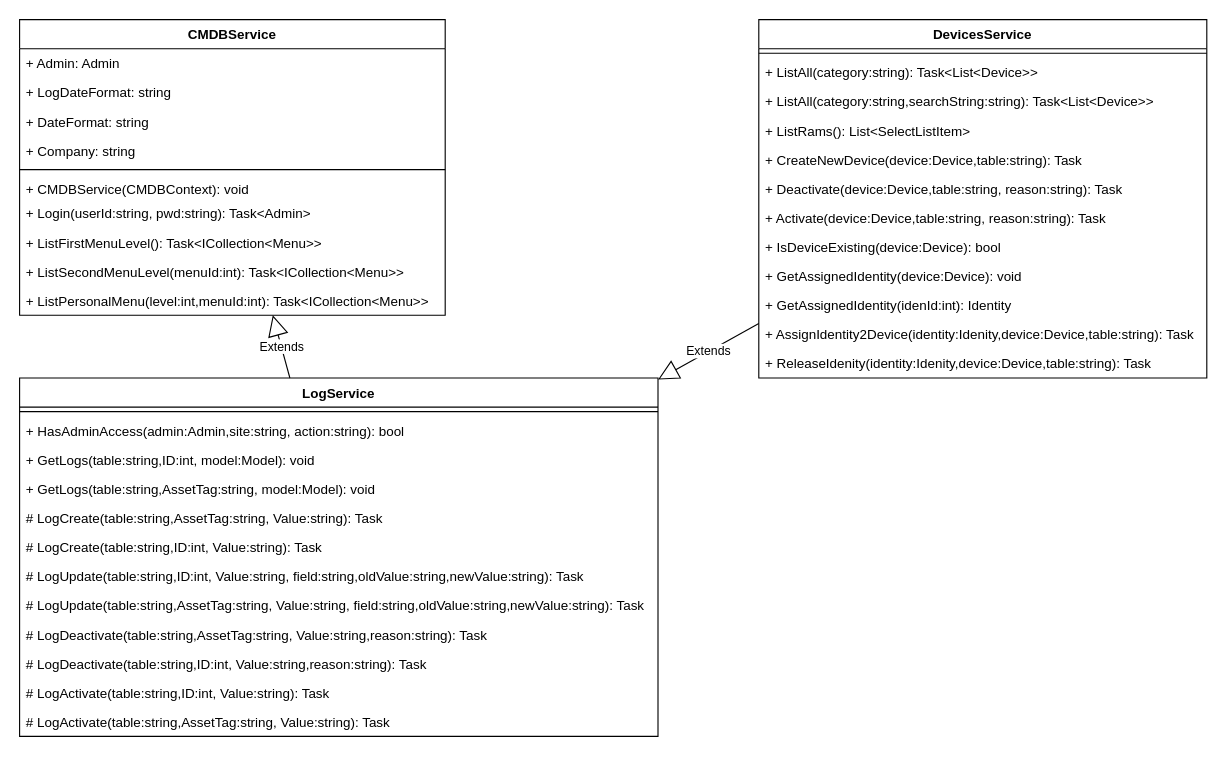
Above: page "Services" (4 of 5) of CMDB/CMDB/Documentation/CMDB-Class.drawio in HansColman45/PyCMDB (draw.io), before the change. Source tidied: cells renumbered, new cells numbered last; positions are measured from the earlier drawing's top-left corner, leaving out a move shared by most shapes. Both pictures are drawn from the tidied source at 112%, with x=0, y=0 at pixel (19, 19).
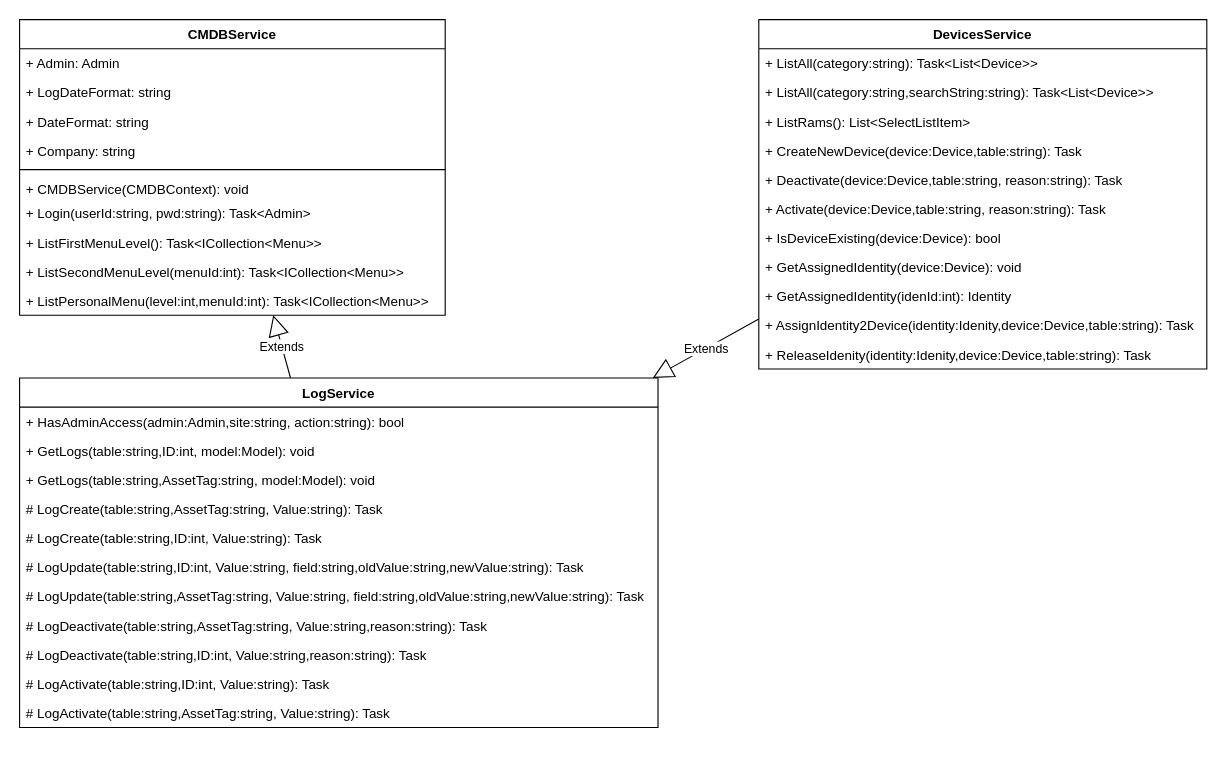
Above is the later version.

Diff of the diagram source:
```diff
@@
     <mxCell id="2" value="LogService" style="swimlane;fontStyle=1;align=center;verticalAlign=top;horizontal=1;startSize=26;" parent="1" vertex="1">
-      <mxGeometry y="320" width="570" height="320" as="geometry" />
+      <mxGeometry y="320" width="570" height="312" as="geometry" />
     </mxCell>
-    <mxCell id="3" style="line;strokeWidth=1;fillColor=none;align=left;verticalAlign=middle;spacingTop=-1;spacingLeft=3;spacingRight=3;labelPosition=right;" parent="2" vertex="1">
-      <mxGeometry y="26" width="570" height="8" as="geometry" />
-    </mxCell>
     <mxCell id="4" value="+ HasAdminAccess(admin:Admin,site:string, action:string): bool" style="text;strokeColor=none;fillColor=none;align=left;verticalAlign=top;spacingLeft=4;spacingRight=4;overflow=hidden;" parent="2" vertex="1">
-      <mxGeometry y="34" width="570" height="26" as="geometry" />
+      <mxGeometry y="26" width="570" height="26" as="geometry" />
     </mxCell>
     <mxCell id="5" value="+ GetLogs(table:string,ID:int, model:Model): void" style="text;strokeColor=none;fillColor=none;align=left;verticalAlign=top;spacingLeft=4;spacingRight=4;overflow=hidden;" parent="2" vertex="1">
-      <mxGeometry y="60" width="570" height="26" as="geometry" />
+      <mxGeometry y="52" width="570" height="26" as="geometry" />
     </mxCell>
     <mxCell id="6" value="+ GetLogs(table:string,AssetTag:string, model:Model): void" style="text;strokeColor=none;fillColor=none;align=left;verticalAlign=top;spacingLeft=4;spacingRight=4;overflow=hidden;" parent="2" vertex="1">
-      <mxGeometry y="86" width="570" height="26" as="geometry" />
+      <mxGeometry y="78" width="570" height="26" as="geometry" />
     </mxCell>
     <mxCell id="7" value="# LogCreate(table:string,AssetTag:string, Value:string): Task" style="text;strokeColor=none;fillColor=none;align=left;verticalAlign=top;spacingLeft=4;spacingRight=4;overflow=hidden;" parent="2" vertex="1">
-      <mxGeometry y="112" width="570" height="26" as="geometry" />
+      <mxGeometry y="104" width="570" height="26" as="geometry" />
     </mxCell>
     <mxCell id="8" value="# LogCreate(table:string,ID:int, Value:string): Task" style="text;strokeColor=none;fillColor=none;align=left;verticalAlign=top;spacingLeft=4;spacingRight=4;overflow=hidden;" parent="2" vertex="1">
-      <mxGeometry y="138" width="570" height="26" as="geometry" />
+      <mxGeometry y="130" width="570" height="26" as="geometry" />
     </mxCell>
     <mxCell id="9" value="# LogUpdate(table:string,ID:int, Value:string, field:string,oldValue:string,newValue:string): Task" style="text;strokeColor=none;fillColor=none;align=left;verticalAlign=top;spacingLeft=4;spacingRight=4;overflow=hidden;" parent="2" vertex="1">
-      <mxGeometry y="164" width="570" height="26" as="geometry" />
+      <mxGeometry y="156" width="570" height="26" as="geometry" />
     </mxCell>
     <mxCell id="10" value="# LogUpdate(table:string,AssetTag:string, Value:string, field:string,oldValue:string,newValue:string): Task" style="text;strokeColor=none;fillColor=none;align=left;verticalAlign=top;spacingLeft=4;spacingRight=4;overflow=hidden;" parent="2" vertex="1">
-      <mxGeometry y="190" width="570" height="26" as="geometry" />
+      <mxGeometry y="182" width="570" height="26" as="geometry" />
     </mxCell>
     <mxCell id="11" value="# LogDeactivate(table:string,AssetTag:string, Value:string,reason:string): Task" style="text;strokeColor=none;fillColor=none;align=left;verticalAlign=top;spacingLeft=4;spacingRight=4;overflow=hidden;" parent="2" vertex="1">
-      <mxGeometry y="216" width="570" height="26" as="geometry" />
+      <mxGeometry y="208" width="570" height="26" as="geometry" />
     </mxCell>
     <mxCell id="12" value="# LogDeactivate(table:string,ID:int, Value:string,reason:string): Task" style="text;strokeColor=none;fillColor=none;align=left;verticalAlign=top;spacingLeft=4;spacingRight=4;overflow=hidden;" parent="2" vertex="1">
-      <mxGeometry y="242" width="570" height="26" as="geometry" />
+      <mxGeometry y="234" width="570" height="26" as="geometry" />
     </mxCell>
     <mxCell id="13" value="# LogActivate(table:string,ID:int, Value:string): Task" style="text;strokeColor=none;fillColor=none;align=left;verticalAlign=top;spacingLeft=4;spacingRight=4;overflow=hidden;" parent="2" vertex="1">
-      <mxGeometry y="268" width="570" height="26" as="geometry" />
+      <mxGeometry y="260" width="570" height="26" as="geometry" />
     </mxCell>
     <mxCell id="14" value="# LogActivate(table:string,AssetTag:string, Value:string): Task" style="text;strokeColor=none;fillColor=none;align=left;verticalAlign=top;spacingLeft=4;spacingRight=4;overflow=hidden;" parent="2" vertex="1">
-      <mxGeometry y="294" width="570" height="26" as="geometry" />
+      <mxGeometry y="286" width="570" height="26" as="geometry" />
     </mxCell>
@@
     <mxCell id="27" value="DevicesService" style="swimlane;fontStyle=1;align=center;verticalAlign=top;horizontal=1;startSize=26;" parent="1" vertex="1">
-      <mxGeometry x="660" width="400" height="320" as="geometry" />
+      <mxGeometry x="660" width="400" height="312" as="geometry" />
     </mxCell>
-    <mxCell id="28" style="line;strokeWidth=1;fillColor=none;align=left;verticalAlign=middle;spacingTop=-1;spacingLeft=3;spacingRight=3;labelPosition=right;" parent="27" vertex="1">
-      <mxGeometry y="26" width="400" height="8" as="geometry" />
-    </mxCell>
     <mxCell id="29" value="+ ListAll(category:string): Task&lt;List&lt;Device&gt;&gt;" style="text;strokeColor=none;fillColor=none;align=left;verticalAlign=top;spacingLeft=4;spacingRight=4;overflow=hidden;" parent="27" vertex="1">
-      <mxGeometry y="34" width="400" height="26" as="geometry" />
+      <mxGeometry y="26" width="400" height="26" as="geometry" />
     </mxCell>
     <mxCell id="30" value="+ ListAll(category:string,searchString:string): Task&lt;List&lt;Device&gt;&gt;" style="text;strokeColor=none;fillColor=none;align=left;verticalAlign=top;spacingLeft=4;spacingRight=4;overflow=hidden;" parent="27" vertex="1">
-      <mxGeometry y="60" width="400" height="26" as="geometry" />
+      <mxGeometry y="52" width="400" height="26" as="geometry" />
     </mxCell>
     <mxCell id="31" value="+ ListRams(): List&lt;SelectListItem&gt;" style="text;strokeColor=none;fillColor=none;align=left;verticalAlign=top;spacingLeft=4;spacingRight=4;overflow=hidden;" parent="27" vertex="1">
-      <mxGeometry y="86" width="400" height="26" as="geometry" />
+      <mxGeometry y="78" width="400" height="26" as="geometry" />
     </mxCell>
     <mxCell id="32" value="+ CreateNewDevice(device:Device,table:string): Task" style="text;strokeColor=none;fillColor=none;align=left;verticalAlign=top;spacingLeft=4;spacingRight=4;overflow=hidden;" parent="27" vertex="1">
-      <mxGeometry y="112" width="400" height="26" as="geometry" />
+      <mxGeometry y="104" width="400" height="26" as="geometry" />
     </mxCell>
     <mxCell id="33" value="+ Deactivate(device:Device,table:string, reason:string): Task" style="text;strokeColor=none;fillColor=none;align=left;verticalAlign=top;spacingLeft=4;spacingRight=4;overflow=hidden;" parent="27" vertex="1">
-      <mxGeometry y="138" width="400" height="26" as="geometry" />
+      <mxGeometry y="130" width="400" height="26" as="geometry" />
     </mxCell>
     <mxCell id="34" value="+ Activate(device:Device,table:string, reason:string): Task" style="text;strokeColor=none;fillColor=none;align=left;verticalAlign=top;spacingLeft=4;spacingRight=4;overflow=hidden;" parent="27" vertex="1">
-      <mxGeometry y="164" width="400" height="26" as="geometry" />
+      <mxGeometry y="156" width="400" height="26" as="geometry" />
     </mxCell>
     <mxCell id="35" value="+ IsDeviceExisting(device:Device): bool" style="text;strokeColor=none;fillColor=none;align=left;verticalAlign=top;spacingLeft=4;spacingRight=4;overflow=hidden;" parent="27" vertex="1">
-      <mxGeometry y="190" width="400" height="26" as="geometry" />
+      <mxGeometry y="182" width="400" height="26" as="geometry" />
     </mxCell>
     <mxCell id="36" value="+ GetAssignedIdentity(device:Device): void" style="text;strokeColor=none;fillColor=none;align=left;verticalAlign=top;spacingLeft=4;spacingRight=4;overflow=hidden;" parent="27" vertex="1">
-      <mxGeometry y="216" width="400" height="26" as="geometry" />
+      <mxGeometry y="208" width="400" height="26" as="geometry" />
     </mxCell>
     <mxCell id="37" value="+ GetAssignedIdentity(idenId:int): Identity" style="text;strokeColor=none;fillColor=none;align=left;verticalAlign=top;spacingLeft=4;spacingRight=4;overflow=hidden;" parent="27" vertex="1">
-      <mxGeometry y="242" width="400" height="26" as="geometry" />
+      <mxGeometry y="234" width="400" height="26" as="geometry" />
     </mxCell>
     <mxCell id="38" value="+ AssignIdentity2Device(identity:Idenity,device:Device,table:string): Task" style="text;strokeColor=none;fillColor=none;align=left;verticalAlign=top;spacingLeft=4;spacingRight=4;overflow=hidden;" parent="27" vertex="1">
-      <mxGeometry y="268" width="400" height="26" as="geometry" />
+      <mxGeometry y="260" width="400" height="26" as="geometry" />
     </mxCell>
     <mxCell id="39" value="+ ReleaseIdenity(identity:Idenity,device:Device,table:string): Task" style="text;strokeColor=none;fillColor=none;align=left;verticalAlign=top;spacingLeft=4;spacingRight=4;overflow=hidden;" parent="27" vertex="1">
-      <mxGeometry y="294" width="400" height="26" as="geometry" />
+      <mxGeometry y="286" width="400" height="26" as="geometry" />
     </mxCell>
```
